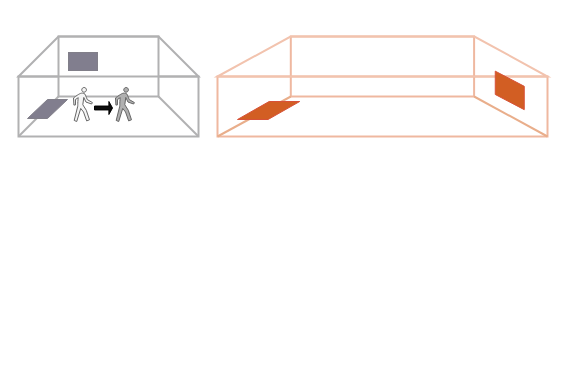
Above: 对齐.drawio in Rinco1018/project_test (draw.io), before the change. Source tidied: cells renumbered, new cells numbered last; positions are measured from the earlier drawing's top-left corner, leaving out a move shared by most shapes. Both pictures are drawn from the tidied source at 100%, with x=0, y=0 at pixel (18, 36).
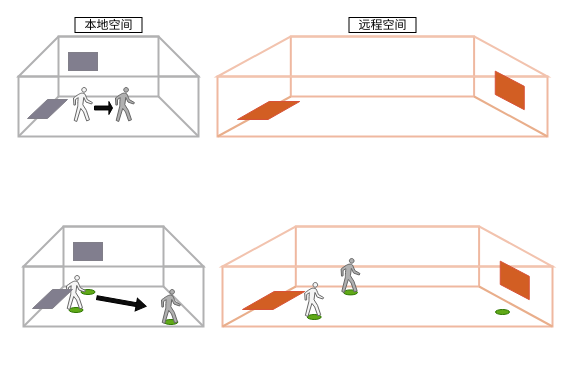
The same diagram, later.

Diff of the diagram source:
```diff
@@
+    <mxCell id="23" value="本地空间" style="rounded=0;whiteSpace=wrap;html=1;fontFamily=宋体;" parent="1" vertex="1">
+      <mxGeometry x="56.5" y="-19" width="67" height="15" as="geometry" />
+    </mxCell>
+    <mxCell id="24" value="远程空间" style="rounded=0;whiteSpace=wrap;html=1;fontFamily=宋体;" parent="1" vertex="1">
+      <mxGeometry x="330.5" y="-19" width="67" height="15" as="geometry" />
+    </mxCell>
+    <mxCell id="25" style="group;" parent="1" vertex="1">
+      <mxGeometry x="5" y="190" width="180" height="102.5" as="geometry" />
+    </mxCell>
+    <mxCell id="26" style="ellipse;whiteSpace=wrap;html=1;fillColor=#60a917;fontColor=#ffffff;strokeColor=#2D7600;" parent="25" vertex="1">
+      <mxGeometry x="140.4" y="93" width="14" height="5" as="geometry" />
+    </mxCell>
+    <mxCell id="27" style="ellipse;whiteSpace=wrap;html=1;fillColor=#60a917;fontColor=#ffffff;strokeColor=#2D7600;" parent="25" vertex="1">
+      <mxGeometry x="57.5" y="63" width="14" height="5" as="geometry" />
+    </mxCell>
+    <mxCell id="28" style="rounded=0;whiteSpace=wrap;html=1;fillColor=none;strokeColor=light-dark(#b1b1b2, #ededed);strokeWidth=2;" parent="25" vertex="1">
+      <mxGeometry y="40" width="180" height="60" as="geometry" />
+    </mxCell>
+    <mxCell id="29" style="group;" parent="25" vertex="1">
+      <mxGeometry width="180" height="93" as="geometry" />
+    </mxCell>
+    <mxCell id="30" style="rounded=0;whiteSpace=wrap;html=1;strokeWidth=2;strokeColor=light-dark(#b1b1b2, #ededed);" parent="29" vertex="1">
+      <mxGeometry x="40" width="100" height="60" as="geometry" />
+    </mxCell>
+    <mxCell id="31" style="shape=trapezoid;perimeter=trapezoidPerimeter;whiteSpace=wrap;html=1;fixedSize=1;size=40;fillColor=none;strokeColor=light-dark(#b1b1b2, #ededed);strokeWidth=2;" parent="29" vertex="1">
+      <mxGeometry width="180" height="40" as="geometry" />
+    </mxCell>
+    <mxCell id="32" style="rounded=0;whiteSpace=wrap;html=1;fillColor=light-dark(#817e8e, #1a1a1a);fontColor=#333333;strokeColor=light-dark(#817f89, #959595);" parent="29" vertex="1">
+      <mxGeometry x="50" y="16" width="29" height="18" as="geometry" />
+    </mxCell>
+    <mxCell id="33" style="ellipse;whiteSpace=wrap;html=1;fillColor=#60a917;fontColor=#ffffff;strokeColor=#2D7600;" parent="29" vertex="1">
+      <mxGeometry x="45.5" y="81" width="14" height="5" as="geometry" />
+    </mxCell>
+    <mxCell id="34" style="shape=mxgraph.signs.people.walking;html=1;fillColor=#f5f5f5;strokeColor=#666666;verticalLabelPosition=bottom;verticalAlign=top;align=center;fontColor=#333333;" parent="29" vertex="1">
+      <mxGeometry x="43" y="49" width="18.9" height="34" as="geometry" />
+    </mxCell>
+    <mxCell id="35" style="endArrow=none;html=1;rounded=0;entryX=0;entryY=1;entryDx=0;entryDy=0;exitX=0;exitY=1;exitDx=0;exitDy=0;strokeWidth=2;strokeColor=light-dark(#b1b1b2, #ededed);" parent="25" edge="1" source="28" target="30">
+      <mxGeometry relative="1" as="geometry" />
+    </mxCell>
+    <mxCell id="36" style="endArrow=none;html=1;rounded=0;exitX=1;exitY=1;exitDx=0;exitDy=0;entryX=1;entryY=1;entryDx=0;entryDy=0;strokeColor=light-dark(#b1b1b2, #ededed);strokeWidth=2;align=center;verticalAlign=middle;fontFamily=Helvetica;fontSize=11;fontColor=default;labelBackgroundColor=default;" parent="25" edge="1" source="30" target="28">
+      <mxGeometry relative="1" as="geometry" />
+    </mxCell>
+    <mxCell id="37" style="shape=parallelogram;perimeter=parallelogramPerimeter;whiteSpace=wrap;html=1;fixedSize=1;rounded=0;strokeColor=light-dark(#817f89, #959595);align=center;verticalAlign=middle;fontFamily=Helvetica;fontSize=12;fontColor=#333333;fillColor=light-dark(#817e8e, #1a1a1a);" parent="25" vertex="1">
+      <mxGeometry x="9" y="63" width="40" height="19" as="geometry" />
+    </mxCell>
+    <mxCell id="38" style="shape=mxgraph.signs.people.walking;html=1;fillColor=light-dark(#b0b0b0, #1a1a1a);strokeColor=#666666;verticalLabelPosition=bottom;verticalAlign=top;align=center;fontColor=#333333;" parent="25" vertex="1">
+      <mxGeometry x="138" y="63" width="18.9" height="34" as="geometry" />
+    </mxCell>
+    <mxCell id="39" style="shape=singleArrow;whiteSpace=wrap;html=1;fillColor=light-dark(#0d0d0d, #ededed);rotation=10;" parent="25" vertex="1">
+      <mxGeometry x="73" y="69" width="50" height="13" as="geometry" />
+    </mxCell>
+    <mxCell id="40" style="group;" parent="1" vertex="1">
+      <mxGeometry x="204" y="190" width="330" height="125" as="geometry" />
+    </mxCell>
+    <mxCell id="41" style="rounded=0;whiteSpace=wrap;html=1;fillColor=none;strokeColor=light-dark(#efb8a0, #ededed);align=center;verticalAlign=middle;fontFamily=Helvetica;fontSize=12;fontColor=default;gradientColor=default;strokeWidth=2;" parent="40" vertex="1">
+      <mxGeometry y="40" width="330" height="60" as="geometry" />
+    </mxCell>
+    <mxCell id="42" style="group;strokeWidth=2;" parent="40" vertex="1">
+      <mxGeometry width="330" height="88" as="geometry" />
+    </mxCell>
+    <mxCell id="43" style="rounded=0;whiteSpace=wrap;html=1;gradientColor=default;fillColor=none;strokeColor=light-dark(#efb8a0, #ededed);strokeWidth=2;" parent="42" vertex="1">
+      <mxGeometry x="73.3" width="183.3" height="60" as="geometry" />
+    </mxCell>
+    <mxCell id="44" style="shape=trapezoid;perimeter=trapezoidPerimeter;whiteSpace=wrap;html=1;fixedSize=1;size=73.11112467447919;fillColor=none;strokeWidth=2;strokeColor=light-dark(#f2c3ae, #ededed);" parent="42" vertex="1">
+      <mxGeometry width="330" height="40" as="geometry" />
+    </mxCell>
+    <mxCell id="45" style="ellipse;whiteSpace=wrap;html=1;fillColor=#60a917;fontColor=#ffffff;strokeColor=#2D7600;" parent="42" vertex="1">
+      <mxGeometry x="121" y="63.4" width="14" height="5" as="geometry" />
+    </mxCell>
+    <mxCell id="46" style="shape=mxgraph.signs.people.walking;html=1;fillColor=light-dark(#b0b0b0, #1a1a1a);strokeColor=#666666;verticalLabelPosition=bottom;verticalAlign=top;align=center;fontColor=#333333;" parent="42" vertex="1">
+      <mxGeometry x="118.6" y="32" width="18.9" height="34" as="geometry" />
+    </mxCell>
+    <mxCell id="47" style="endArrow=none;html=1;rounded=0;entryX=0;entryY=1;entryDx=0;entryDy=0;exitX=0;exitY=1;exitDx=0;exitDy=0;strokeColor=light-dark(#e9ae8b, #ededed);strokeWidth=2;" parent="40" edge="1" source="41" target="43">
+      <mxGeometry relative="1" as="geometry" />
+    </mxCell>
+    <mxCell id="48" style="shape=parallelogram;perimeter=parallelogramPerimeter;whiteSpace=wrap;html=1;fixedSize=1;size=15.173275862068863;fillColor=light-dark(#d25e23, #ededed);strokeColor=light-dark(#d75238, #ededed);rotation=-90;" parent="40" vertex="1">
+      <mxGeometry x="273" y="39.4" width="38.5" height="29" as="geometry" />
+    </mxCell>
+    <mxCell id="49" style="endArrow=none;html=1;rounded=0;exitX=1;exitY=1;exitDx=0;exitDy=0;entryX=1;entryY=1;entryDx=0;entryDy=0;strokeColor=light-dark(#e9ae8b, #ededed);strokeWidth=2;align=center;verticalAlign=middle;fontFamily=Helvetica;fontSize=11;fontColor=default;labelBackgroundColor=default;" parent="40" edge="1" source="43" target="41">
+      <mxGeometry relative="1" as="geometry" />
+    </mxCell>
+    <mxCell id="50" style="shape=parallelogram;perimeter=parallelogramPerimeter;whiteSpace=wrap;html=1;fixedSize=1;size=31.655172413793196;fillColor=light-dark(#d25e23, #ededed);strokeColor=light-dark(#d75238, #ededed);" parent="40" vertex="1">
+      <mxGeometry x="20" y="65" width="62.2" height="18" as="geometry" />
+    </mxCell>
+    <mxCell id="51" style="ellipse;whiteSpace=wrap;html=1;fillColor=#60a917;fontColor=#ffffff;strokeColor=#2D7600;" parent="40" vertex="1">
+      <mxGeometry x="84.7" y="88" width="14" height="5" as="geometry" />
+    </mxCell>
+    <mxCell id="52" style="ellipse;whiteSpace=wrap;html=1;fillColor=#60a917;fontColor=#ffffff;strokeColor=#2D7600;" parent="40" vertex="1">
+      <mxGeometry x="273" y="83" width="14" height="5" as="geometry" />
+    </mxCell>
+    <mxCell id="53" style="shape=mxgraph.signs.people.walking;html=1;fillColor=#f5f5f5;strokeColor=#666666;verticalLabelPosition=bottom;verticalAlign=top;align=center;fontColor=#333333;" parent="40" vertex="1">
+      <mxGeometry x="82.2" y="56" width="18.9" height="34" as="geometry" />
+    </mxCell>
```
